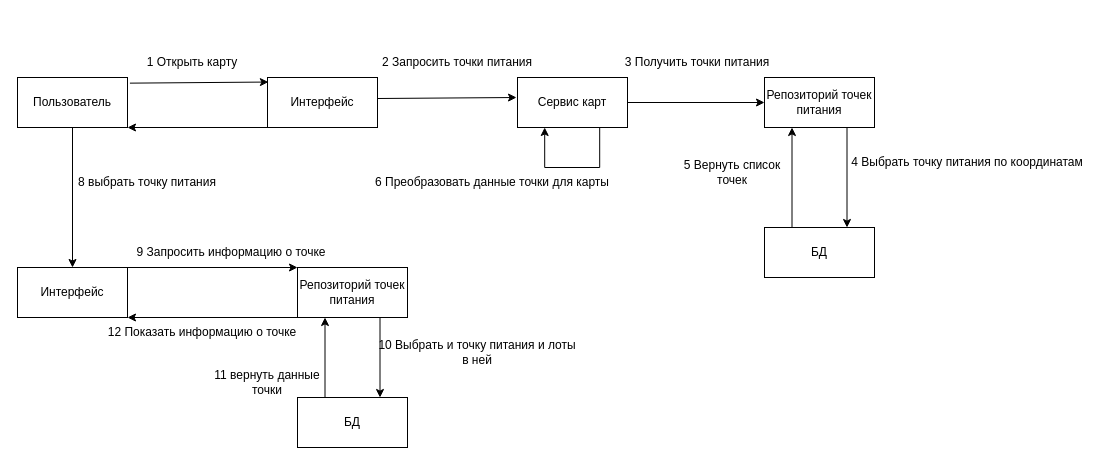
Before: Documents/UML/Модуль карт/Диаграмма коммуникации.drawio in bubus1kk/ReMeal, a draw.io diagram. Source tidied: cells renumbered, new cells numbered last; positions are measured from the earlier drawing's top-left corner, leaving out a move shared by most shapes. Both pictures are drawn from the tidied source at 100%, with x=0, y=0 at pixel (17, 47).
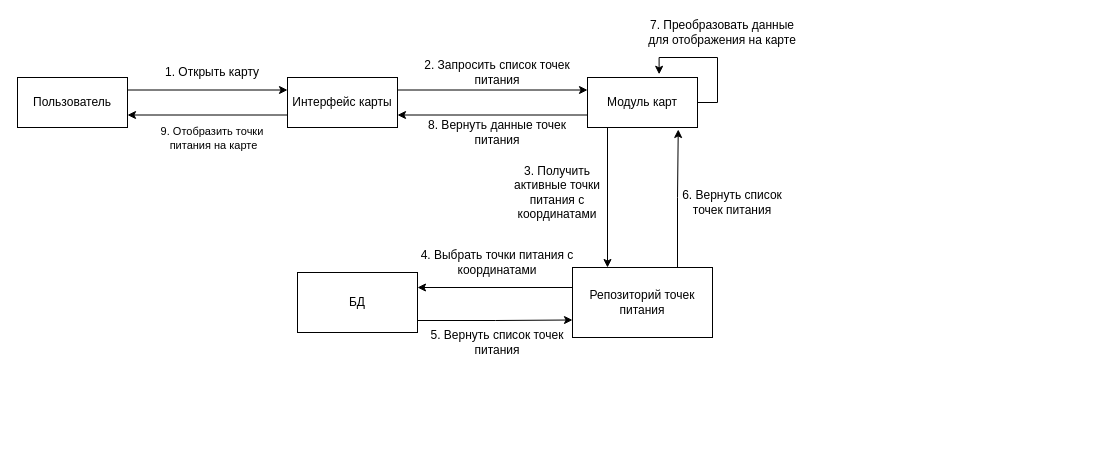
After the change.

The change refers to these unchanged cells:
```xml
<mxCell id="2" value="Пользователь" style="html=1;whiteSpace=wrap;" parent="1" vertex="1">
  <mxGeometry y="30" width="110" height="50" as="geometry" />
</mxCell>
```

Diff of the diagram source:
```diff
@@
+    <mxCell id="33" style="edgeStyle=orthogonalEdgeStyle;rounded=0;jettySize=auto;html=1;exitX=1;exitY=0.25;exitDx=0;exitDy=0;entryX=0;entryY=0.25;entryDx=0;entryDy=0;" parent="1" edge="1" source="2" target="37">
+      <mxGeometry relative="1" as="geometry" />
+    </mxCell>
@@
-    <mxCell id="3" value="Интерфейс" style="html=1;whiteSpace=wrap;" parent="1" vertex="1">
-      <mxGeometry x="250" y="30" width="110" height="50" as="geometry" />
-    </mxCell>
-    <mxCell id="4" value="Сервис карт" style="html=1;whiteSpace=wrap;" parent="1" vertex="1">
-      <mxGeometry x="500" y="30" width="110" height="50" as="geometry" />
-    </mxCell>
-    <mxCell id="5" value="Репозиторий точек питания" style="html=1;whiteSpace=wrap;" parent="1" vertex="1">
-      <mxGeometry x="747" y="30" width="110" height="50" as="geometry" />
-    </mxCell>
-    <mxCell id="6" value="БД" style="html=1;whiteSpace=wrap;" parent="1" vertex="1">
-      <mxGeometry x="747" y="180" width="110" height="50" as="geometry" />
-    </mxCell>
-    <mxCell id="7" value="Интерфейс" style="html=1;whiteSpace=wrap;" parent="1" vertex="1">
-      <mxGeometry y="220" width="110" height="50" as="geometry" />
-    </mxCell>
-    <mxCell id="8" value="Репозиторий точек питания" style="html=1;whiteSpace=wrap;" parent="1" vertex="1">
-      <mxGeometry x="280" y="220" width="110" height="50" as="geometry" />
-    </mxCell>
-    <mxCell id="9" value="БД" style="html=1;whiteSpace=wrap;" parent="1" vertex="1">
-      <mxGeometry x="280" y="350" width="110" height="50" as="geometry" />
-    </mxCell>
-    <mxCell id="10" style="endArrow=classic;html=1;rounded=0;exitX=1.022;exitY=0.113;exitDx=0;exitDy=0;exitPerimeter=0;entryX=0.008;entryY=0.091;entryDx=0;entryDy=0;entryPerimeter=0;" parent="1" edge="1" source="2" target="3">
-      <mxGeometry relative="1" as="geometry" />
-    </mxCell>
-    <mxCell id="11" style="endArrow=classic;html=1;rounded=0;exitX=1.022;exitY=0.113;exitDx=0;exitDy=0;exitPerimeter=0;entryX=1;entryY=1;entryDx=0;entryDy=0;" parent="1" edge="1" target="2">
-      <mxGeometry relative="1" as="geometry">
-        <mxPoint x="250" y="80" as="sourcePoint" />
-      </mxGeometry>
-    </mxCell>
-    <mxCell id="12" style="endArrow=classic;html=1;rounded=0;exitX=1.022;exitY=0.113;exitDx=0;exitDy=0;exitPerimeter=0;entryX=0.008;entryY=0.091;entryDx=0;entryDy=0;entryPerimeter=0;" parent="1" edge="1">
-      <mxGeometry relative="1" as="geometry">
-        <mxPoint x="360" y="51" as="sourcePoint" />
-        <mxPoint x="499" y="50" as="targetPoint" />
-      </mxGeometry>
-    </mxCell>
-    <mxCell id="13" style="endArrow=classic;html=1;rounded=0;exitX=0.75;exitY=1;exitDx=0;exitDy=0;entryX=0.25;entryY=1;entryDx=0;entryDy=0;edgeStyle=orthogonalEdgeStyle;" parent="1" edge="1">
-      <mxGeometry relative="1" as="geometry">
-        <mxPoint x="582.2" y="80" as="sourcePoint" />
-        <mxPoint x="527.2" y="80" as="targetPoint" />
-        <Array as="points">
-          <mxPoint x="582" y="120" />
-          <mxPoint x="527" y="120" />
-        </Array>
-      </mxGeometry>
-    </mxCell>
-    <mxCell id="14" style="endArrow=classic;html=1;rounded=0;exitX=1;exitY=0.5;exitDx=0;exitDy=0;entryX=0;entryY=0.5;entryDx=0;entryDy=0;" parent="1" edge="1" source="4" target="5">
-      <mxGeometry relative="1" as="geometry" />
-    </mxCell>
-    <mxCell id="15" style="endArrow=classic;html=1;rounded=0;exitX=0.25;exitY=0;exitDx=0;exitDy=0;entryX=0.25;entryY=1;entryDx=0;entryDy=0;" parent="1" edge="1" source="6" target="5">
-      <mxGeometry relative="1" as="geometry" />
-    </mxCell>
-    <mxCell id="16" style="endArrow=classic;html=1;rounded=0;exitX=0.75;exitY=1;exitDx=0;exitDy=0;entryX=0.75;entryY=0;entryDx=0;entryDy=0;" parent="1" edge="1" source="5" target="6">
-      <mxGeometry relative="1" as="geometry" />
-    </mxCell>
-    <mxCell id="17" style="endArrow=classic;html=1;rounded=0;exitX=0.5;exitY=1;exitDx=0;exitDy=0;entryX=0.5;entryY=0;entryDx=0;entryDy=0;" parent="1" edge="1" source="2" target="7">
-      <mxGeometry relative="1" as="geometry" />
-    </mxCell>
-    <mxCell id="18" style="endArrow=classic;html=1;rounded=0;exitX=1;exitY=0;exitDx=0;exitDy=0;entryX=0;entryY=0;entryDx=0;entryDy=0;" parent="1" edge="1" source="7" target="8">
-      <mxGeometry relative="1" as="geometry" />
-    </mxCell>
-    <mxCell id="19" style="endArrow=classic;html=1;rounded=0;exitX=0;exitY=1;exitDx=0;exitDy=0;entryX=1;entryY=1;entryDx=0;entryDy=0;" parent="1" edge="1" source="8" target="7">
-      <mxGeometry relative="1" as="geometry" />
-    </mxCell>
-    <mxCell id="20" style="endArrow=classic;html=1;rounded=0;exitX=0.25;exitY=0;exitDx=0;exitDy=0;entryX=0.25;entryY=1;entryDx=0;entryDy=0;" parent="1" edge="1" source="9" target="8">
-      <mxGeometry relative="1" as="geometry" />
-    </mxCell>
-    <mxCell id="21" style="endArrow=classic;html=1;rounded=0;exitX=0.75;exitY=1;exitDx=0;exitDy=0;entryX=0.75;entryY=0;entryDx=0;entryDy=0;" parent="1" edge="1" source="8" target="9">
-      <mxGeometry relative="1" as="geometry" />
-    </mxCell>
-    <mxCell id="22" value="1 Открыть карту" style="text;html=1;whiteSpace=wrap;strokeColor=none;fillColor=none;align=center;verticalAlign=middle;rounded=0;" parent="1" vertex="1">
-      <mxGeometry x="100" width="150" height="30" as="geometry" />
-    </mxCell>
-    <mxCell id="23" value="2 Запросить точки питания" style="text;html=1;whiteSpace=wrap;strokeColor=none;fillColor=none;align=center;verticalAlign=middle;rounded=0;" parent="1" vertex="1">
-      <mxGeometry x="350" width="180" height="30" as="geometry" />
-    </mxCell>
-    <mxCell id="24" value="3 Получить точки питания" style="text;html=1;whiteSpace=wrap;strokeColor=none;fillColor=none;align=center;verticalAlign=middle;rounded=0;" parent="1" vertex="1">
-      <mxGeometry x="600" width="160" height="30" as="geometry" />
-    </mxCell>
-    <mxCell id="25" value="4 Выбрать точку питания по координатам" style="text;html=1;whiteSpace=wrap;strokeColor=none;fillColor=none;align=center;verticalAlign=middle;rounded=0;" parent="1" vertex="1">
-      <mxGeometry x="820" y="100" width="260" height="30" as="geometry" />
-    </mxCell>
-    <mxCell id="26" value="5 Вернуть список точек" style="text;html=1;whiteSpace=wrap;strokeColor=none;fillColor=none;align=center;verticalAlign=middle;rounded=0;" parent="1" vertex="1">
-      <mxGeometry x="650" y="110" width="130" height="30" as="geometry" />
-    </mxCell>
-    <mxCell id="27" value="6 Преобразовать данные точки для карты" style="text;html=1;whiteSpace=wrap;strokeColor=none;fillColor=none;align=center;verticalAlign=middle;rounded=0;" parent="1" vertex="1">
-      <mxGeometry x="350" y="120" width="250" height="30" as="geometry" />
-    </mxCell>
-    <mxCell id="28" value="8 выбрать точку питания" style="text;html=1;whiteSpace=wrap;strokeColor=none;fillColor=none;align=center;verticalAlign=middle;rounded=0;" parent="1" vertex="1">
-      <mxGeometry x="40" y="120" width="180" height="30" as="geometry" />
-    </mxCell>
-    <mxCell id="29" value="9 Запросить информацию о точке" style="text;html=1;whiteSpace=wrap;strokeColor=none;fillColor=none;align=center;verticalAlign=middle;rounded=0;" parent="1" vertex="1">
-      <mxGeometry x="94" y="190" width="240" height="30" as="geometry" />
-    </mxCell>
-    <mxCell id="30" value="10 Выбрать и точку питания и лоты в ней" style="text;html=1;whiteSpace=wrap;strokeColor=none;fillColor=none;align=center;verticalAlign=middle;rounded=0;" parent="1" vertex="1">
-      <mxGeometry x="360" y="290" width="200" height="30" as="geometry" />
-    </mxCell>
-    <mxCell id="31" value="11 вернуть данные точки" style="text;html=1;whiteSpace=wrap;strokeColor=none;fillColor=none;align=center;verticalAlign=middle;rounded=0;" parent="1" vertex="1">
-      <mxGeometry x="190" y="320" width="120" height="30" as="geometry" />
-    </mxCell>
-    <mxCell id="32" value="12 Показать информацию о точке" style="text;html=1;whiteSpace=wrap;strokeColor=none;fillColor=none;align=center;verticalAlign=middle;rounded=0;" parent="1" vertex="1">
-      <mxGeometry x="70" y="270" width="230" height="30" as="geometry" />
-    </mxCell>
+    <mxCell id="34" style="edgeStyle=orthogonalEdgeStyle;rounded=0;jettySize=auto;html=1;exitX=1;exitY=0.25;exitDx=0;exitDy=0;entryX=0;entryY=0.25;entryDx=0;entryDy=0;" parent="1" edge="1" source="37" target="40">
+      <mxGeometry relative="1" as="geometry" />
+    </mxCell>
+    <mxCell id="35" style="edgeStyle=orthogonalEdgeStyle;rounded=0;jettySize=auto;html=1;exitX=0;exitY=0.75;exitDx=0;exitDy=0;entryX=1;entryY=0.75;entryDx=0;entryDy=0;" parent="1" edge="1" source="37" target="2">
+      <mxGeometry relative="1" as="geometry" />
+    </mxCell>
+    <mxCell id="36" value="9. Отобразить точки&amp;nbsp;&lt;div&gt;питания на карте&lt;/div&gt;" style="edgeLabel;html=1;align=center;verticalAlign=middle;" parent="35" vertex="1">
+      <mxGeometry x="0.55" y="5" relative="1" as="geometry">
+        <mxPoint x="49" y="18" as="offset" />
+      </mxGeometry>
+    </mxCell>
+    <mxCell id="37" value="Интерфейс карты" style="html=1;whiteSpace=wrap;" parent="1" vertex="1">
+      <mxGeometry x="270" y="30" width="110" height="50" as="geometry" />
+    </mxCell>
+    <mxCell id="38" style="edgeStyle=orthogonalEdgeStyle;rounded=0;jettySize=auto;html=1;exitX=0.25;exitY=1;exitDx=0;exitDy=0;entryX=0.25;entryY=0;entryDx=0;entryDy=0;" parent="1" edge="1" source="40" target="42">
+      <mxGeometry relative="1" as="geometry">
+        <Array as="points">
+          <mxPoint x="590" y="80" />
+        </Array>
+      </mxGeometry>
+    </mxCell>
+    <mxCell id="39" style="edgeStyle=orthogonalEdgeStyle;rounded=0;jettySize=auto;html=1;exitX=0;exitY=0.75;exitDx=0;exitDy=0;entryX=1;entryY=0.75;entryDx=0;entryDy=0;" parent="1" edge="1" source="40" target="37">
+      <mxGeometry relative="1" as="geometry" />
+    </mxCell>
+    <mxCell id="40" value="Модуль карт" style="html=1;whiteSpace=wrap;" parent="1" vertex="1">
+      <mxGeometry x="570" y="30" width="110" height="50" as="geometry" />
+    </mxCell>
+    <mxCell id="41" style="edgeStyle=orthogonalEdgeStyle;rounded=0;jettySize=auto;html=1;exitX=0;exitY=0.25;exitDx=0;exitDy=0;entryX=1;entryY=0.25;entryDx=0;entryDy=0;" parent="1" edge="1" source="42" target="44">
+      <mxGeometry relative="1" as="geometry">
+        <Array as="points">
+          <mxPoint x="555" y="240" />
+        </Array>
+      </mxGeometry>
+    </mxCell>
+    <mxCell id="42" value="Репозиторий точек питания" style="html=1;whiteSpace=wrap;" parent="1" vertex="1">
+      <mxGeometry x="555" y="220" width="140" height="70" as="geometry" />
+    </mxCell>
+    <mxCell id="43" style="edgeStyle=orthogonalEdgeStyle;rounded=0;jettySize=auto;html=1;exitX=1;exitY=0.75;exitDx=0;exitDy=0;entryX=0;entryY=0.75;entryDx=0;entryDy=0;" parent="1" edge="1" source="44" target="42">
+      <mxGeometry relative="1" as="geometry">
+        <Array as="points">
+          <mxPoint x="400" y="273" />
+          <mxPoint x="478" y="273" />
+        </Array>
+      </mxGeometry>
+    </mxCell>
+    <mxCell id="44" value="БД" style="html=1;whiteSpace=wrap;" parent="1" vertex="1">
+      <mxGeometry x="280" y="225" width="120" height="60" as="geometry" />
+    </mxCell>
+    <mxCell id="45" value="1. Открыть карту" style="text;html=1;whiteSpace=wrap;strokeColor=none;fillColor=none;align=center;verticalAlign=middle;rounded=0;" parent="1" vertex="1">
+      <mxGeometry x="140" y="10" width="110" height="30" as="geometry" />
+    </mxCell>
+    <mxCell id="46" value="2. Запросить список точек питания" style="text;html=1;whiteSpace=wrap;strokeColor=none;fillColor=none;align=center;verticalAlign=middle;rounded=0;" parent="1" vertex="1">
+      <mxGeometry x="390" y="10" width="180" height="30" as="geometry" />
+    </mxCell>
+    <mxCell id="47" value="3. Получить активные точки питания с координатами" style="text;html=1;whiteSpace=wrap;strokeColor=none;fillColor=none;align=center;verticalAlign=middle;rounded=0;" parent="1" vertex="1">
+      <mxGeometry x="480" y="130" width="120" height="30" as="geometry" />
+    </mxCell>
+    <mxCell id="48" value="4. Выбрать точки питания с координатами" style="text;html=1;whiteSpace=wrap;strokeColor=none;fillColor=none;align=center;verticalAlign=middle;rounded=0;" parent="1" vertex="1">
+      <mxGeometry x="400" y="200" width="160" height="30" as="geometry" />
+    </mxCell>
+    <mxCell id="49" value="5. Вернуть список точек питания" style="text;html=1;whiteSpace=wrap;strokeColor=none;fillColor=none;align=center;verticalAlign=middle;rounded=0;" parent="1" vertex="1">
+      <mxGeometry x="400" y="280" width="160" height="30" as="geometry" />
+    </mxCell>
+    <mxCell id="50" style="edgeStyle=orthogonalEdgeStyle;rounded=0;jettySize=auto;html=1;exitX=0.75;exitY=0;exitDx=0;exitDy=0;entryX=0.825;entryY=1.04;entryDx=0;entryDy=0;entryPerimeter=0;" parent="1" edge="1" source="42" target="40">
+      <mxGeometry relative="1" as="geometry" />
+    </mxCell>
+    <mxCell id="51" value="6. Вернуть список точек питания" style="text;html=1;whiteSpace=wrap;strokeColor=none;fillColor=none;align=center;verticalAlign=middle;rounded=0;" parent="1" vertex="1">
+      <mxGeometry x="660" y="140" width="110" height="30" as="geometry" />
+    </mxCell>
+    <mxCell id="52" style="edgeStyle=orthogonalEdgeStyle;rounded=0;orthogonalLoop=1;jettySize=auto;html=1;exitX=1;exitY=0.5;exitDx=0;exitDy=0;entryX=0.651;entryY=-0.064;entryDx=0;entryDy=0;entryPerimeter=0;" parent="1" edge="1" source="40" target="40">
+      <mxGeometry relative="1" as="geometry">
+        <Array as="points">
+          <mxPoint x="700" y="55" />
+          <mxPoint x="700" y="10" />
+          <mxPoint x="642" y="10" />
+        </Array>
+      </mxGeometry>
+    </mxCell>
+    <mxCell id="53" value="7. Преобразовать данные для отображения на карте" style="text;html=1;whiteSpace=wrap;strokeColor=none;fillColor=none;align=center;verticalAlign=middle;rounded=0;" parent="1" vertex="1">
+      <mxGeometry x="630" y="-30" width="150" height="30" as="geometry" />
+    </mxCell>
+    <mxCell id="54" value="8. Вернуть данные точек питания" style="text;html=1;whiteSpace=wrap;strokeColor=none;fillColor=none;align=center;verticalAlign=middle;rounded=0;" parent="1" vertex="1">
+      <mxGeometry x="400" y="70" width="160" height="30" as="geometry" />
+    </mxCell>
```
